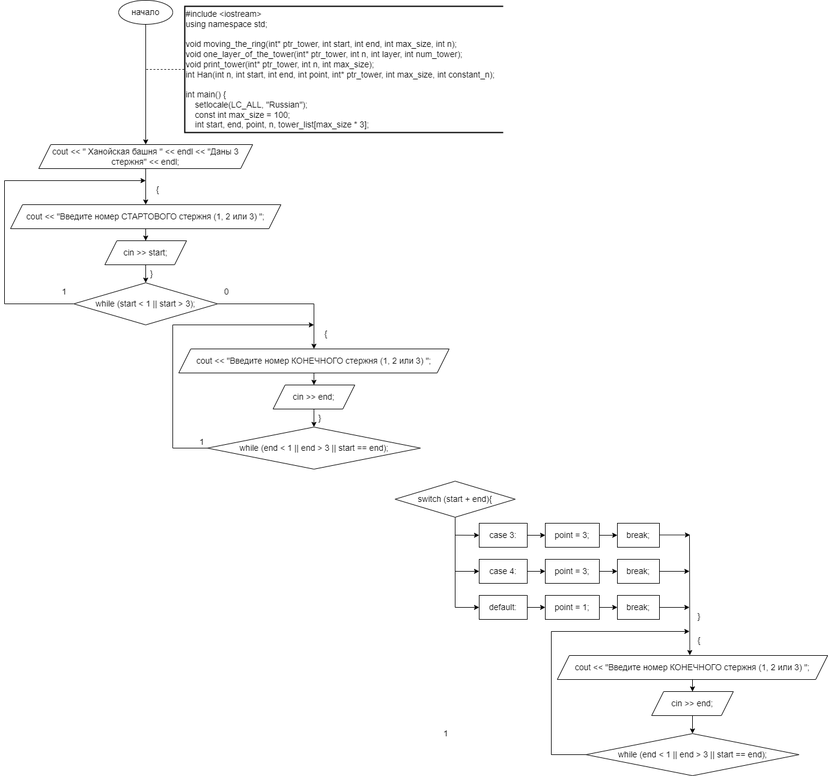
Earlier version of the draw.io export Ханойская башня - блок схема.drawio.png (SonyAkb/laboratory-work-recursion). Source tidied: cells renumbered, new cells last; positions are measured from the earlier drawing's top-left corner, leaving out a move shared by most shapes.
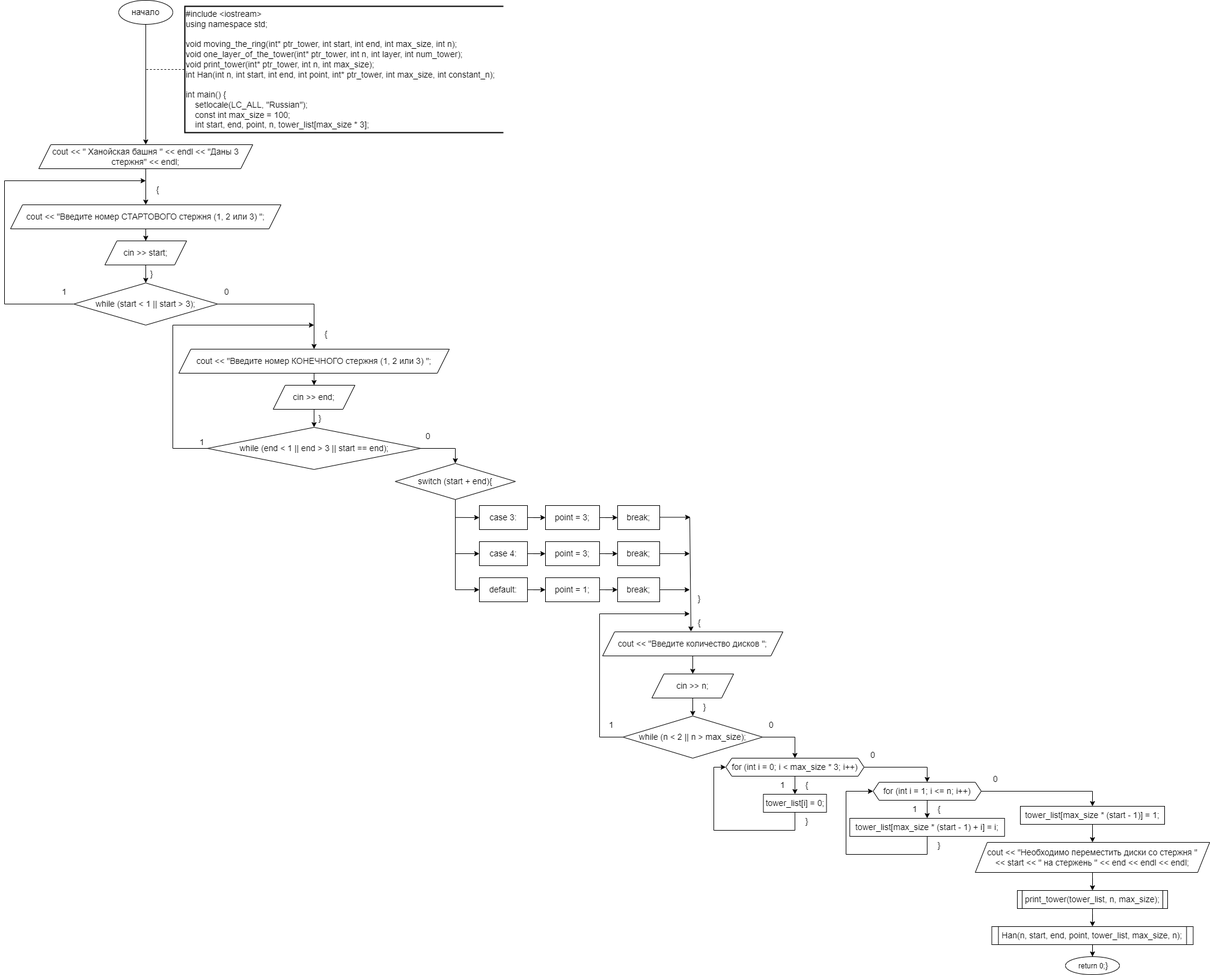
After the change.

Change to the diagram source:
```diff
@@ -102,116 +102,232 @@
       <mxGeometry relative="1" as="geometry" />
     </mxCell>
     <mxCell id="29" value="&lt;font style=&quot;font-size: 14px;&quot;&gt;switch (start + end){&lt;/font&gt;" style="rhombus;whiteSpace=wrap;html=1;" parent="1" vertex="1">
-      <mxGeometry x="650" y="800" width="200" height="60" as="geometry" />
+      <mxGeometry x="650" y="770" width="200" height="60" as="geometry" />
     </mxCell>
     <mxCell id="30" style="edgeStyle=orthogonalEdgeStyle;rounded=0;jettySize=auto;html=1;entryX=0;entryY=0.5;entryDx=0;entryDy=0;" parent="1" edge="1" source="31" target="32">
       <mxGeometry relative="1" as="geometry" />
     </mxCell>
     <mxCell id="31" value="&lt;font style=&quot;font-size: 14px;&quot;&gt;point = 3;&lt;/font&gt;" style="rounded=0;whiteSpace=wrap;html=1;" parent="1" vertex="1">
-      <mxGeometry x="900" y="870" width="90" height="40" as="geometry" />
+      <mxGeometry x="900" y="840" width="90" height="40" as="geometry" />
     </mxCell>
     <mxCell id="32" value="&lt;font style=&quot;font-size: 14px;&quot;&gt;break;&lt;/font&gt;" style="rounded=0;whiteSpace=wrap;html=1;" parent="1" vertex="1">
-      <mxGeometry x="1020" y="870" width="70" height="40" as="geometry" />
+      <mxGeometry x="1020" y="840" width="70" height="40" as="geometry" />
     </mxCell>
     <mxCell id="33" style="edgeStyle=orthogonalEdgeStyle;rounded=0;jettySize=auto;html=1;entryX=0;entryY=0.5;entryDx=0;entryDy=0;" parent="1" edge="1" source="34" target="31">
       <mxGeometry relative="1" as="geometry" />
     </mxCell>
     <mxCell id="34" value="&lt;font style=&quot;font-size: 14px;&quot;&gt;case 3:&lt;/font&gt;" style="rounded=0;whiteSpace=wrap;html=1;" parent="1" vertex="1">
-      <mxGeometry x="790" y="870" width="80" height="40" as="geometry" />
+      <mxGeometry x="790" y="840" width="80" height="40" as="geometry" />
     </mxCell>
     <mxCell id="35" style="edgeStyle=orthogonalEdgeStyle;rounded=0;jettySize=auto;html=1;entryX=0;entryY=0.5;entryDx=0;entryDy=0;" parent="1" edge="1" source="36" target="37">
       <mxGeometry relative="1" as="geometry" />
     </mxCell>
     <mxCell id="36" value="&lt;font style=&quot;font-size: 14px;&quot;&gt;point = 3;&lt;/font&gt;" style="rounded=0;whiteSpace=wrap;html=1;" parent="1" vertex="1">
-      <mxGeometry x="900" y="930" width="90" height="40" as="geometry" />
+      <mxGeometry x="900" y="900" width="90" height="40" as="geometry" />
     </mxCell>
     <mxCell id="37" value="&lt;font style=&quot;font-size: 14px;&quot;&gt;break;&lt;/font&gt;" style="rounded=0;whiteSpace=wrap;html=1;" parent="1" vertex="1">
-      <mxGeometry x="1020" y="930" width="70" height="40" as="geometry" />
+      <mxGeometry x="1020" y="900" width="70" height="40" as="geometry" />
     </mxCell>
     <mxCell id="38" style="edgeStyle=orthogonalEdgeStyle;rounded=0;jettySize=auto;html=1;entryX=0;entryY=0.5;entryDx=0;entryDy=0;" parent="1" edge="1" source="39" target="36">
       <mxGeometry relative="1" as="geometry" />
     </mxCell>
     <mxCell id="39" value="&lt;font style=&quot;font-size: 14px;&quot;&gt;case 4:&lt;/font&gt;" style="rounded=0;whiteSpace=wrap;html=1;" parent="1" vertex="1">
-      <mxGeometry x="790" y="930" width="80" height="40" as="geometry" />
+      <mxGeometry x="790" y="900" width="80" height="40" as="geometry" />
     </mxCell>
     <mxCell id="40" style="edgeStyle=orthogonalEdgeStyle;rounded=0;jettySize=auto;html=1;entryX=0;entryY=0.5;entryDx=0;entryDy=0;" parent="1" edge="1" source="41" target="42">
       <mxGeometry relative="1" as="geometry" />
     </mxCell>
     <mxCell id="41" value="&lt;font style=&quot;font-size: 14px;&quot;&gt;point = 1;&lt;/font&gt;" style="rounded=0;whiteSpace=wrap;html=1;" parent="1" vertex="1">
-      <mxGeometry x="900" y="990" width="90" height="40" as="geometry" />
+      <mxGeometry x="900" y="960" width="90" height="40" as="geometry" />
     </mxCell>
     <mxCell id="42" value="&lt;font style=&quot;font-size: 14px;&quot;&gt;break;&lt;/font&gt;" style="rounded=0;whiteSpace=wrap;html=1;" parent="1" vertex="1">
-      <mxGeometry x="1020" y="990" width="70" height="40" as="geometry" />
+      <mxGeometry x="1020" y="960" width="70" height="40" as="geometry" />
     </mxCell>
     <mxCell id="43" style="edgeStyle=orthogonalEdgeStyle;rounded=0;jettySize=auto;html=1;entryX=0;entryY=0.5;entryDx=0;entryDy=0;" parent="1" edge="1" source="44" target="41">
       <mxGeometry relative="1" as="geometry" />
     </mxCell>
     <mxCell id="44" value="&lt;font style=&quot;font-size: 14px;&quot;&gt;default:&lt;/font&gt;" style="rounded=0;whiteSpace=wrap;html=1;" parent="1" vertex="1">
-      <mxGeometry x="790" y="990" width="80" height="40" as="geometry" />
+      <mxGeometry x="790" y="960" width="80" height="40" as="geometry" />
     </mxCell>
     <mxCell id="45" style="endArrow=classic;html=1;rounded=0;entryX=0;entryY=0.5;entryDx=0;entryDy=0;" parent="1" edge="1" target="39">
       <mxGeometry relative="1" as="geometry">
-        <mxPoint x="750" y="950" as="sourcePoint" />
+        <mxPoint x="750" y="920" as="sourcePoint" />
       </mxGeometry>
     </mxCell>
     <mxCell id="46" style="endArrow=classic;html=1;rounded=0;entryX=0;entryY=0.5;entryDx=0;entryDy=0;" parent="1" edge="1" target="34">
       <mxGeometry relative="1" as="geometry">
-        <mxPoint x="750" y="889.8" as="sourcePoint" />
+        <mxPoint x="750" y="859.8" as="sourcePoint" />
       </mxGeometry>
     </mxCell>
     <mxCell id="47" style="edgeStyle=orthogonalEdgeStyle;rounded=0;jettySize=auto;html=1;entryX=0.5;entryY=0;entryDx=0;entryDy=0;" parent="1" edge="1" source="48" target="50">
       <mxGeometry relative="1" as="geometry" />
     </mxCell>
-    <mxCell id="48" value="&lt;font style=&quot;font-size: 14px;&quot;&gt;cout &amp;lt;&amp;lt; &quot;Введите номер КОНЕЧНОГО стержня (1, 2 или 3) &quot;;&lt;/font&gt;" style="shape=parallelogram;perimeter=parallelogramPerimeter;whiteSpace=wrap;html=1;fixedSize=1;" parent="1" vertex="1">
-      <mxGeometry x="920" y="1090" width="450" height="40" as="geometry" />
+    <mxCell id="48" value="&lt;font style=&quot;font-size: 14px;&quot;&gt;cout &amp;lt;&amp;lt; &quot;Введите количество дисков &quot;;&lt;/font&gt;" style="shape=parallelogram;perimeter=parallelogramPerimeter;whiteSpace=wrap;html=1;fixedSize=1;" parent="1" vertex="1">
+      <mxGeometry x="995" y="1050" width="300" height="40" as="geometry" />
     </mxCell>
     <mxCell id="49" style="edgeStyle=orthogonalEdgeStyle;rounded=0;jettySize=auto;html=1;entryX=0.5;entryY=0;entryDx=0;entryDy=0;" parent="1" edge="1" source="50" target="51">
       <mxGeometry relative="1" as="geometry" />
     </mxCell>
-    <mxCell id="50" value="&lt;font style=&quot;font-size: 14px;&quot;&gt;cin &amp;gt;&amp;gt; end;&lt;/font&gt;" style="shape=parallelogram;perimeter=parallelogramPerimeter;whiteSpace=wrap;html=1;fixedSize=1;" parent="1" vertex="1">
-      <mxGeometry x="1077" y="1150" width="136" height="40" as="geometry" />
+    <mxCell id="50" value="&lt;font style=&quot;font-size: 14px;&quot;&gt;cin &amp;gt;&amp;gt; n;&lt;/font&gt;" style="shape=parallelogram;perimeter=parallelogramPerimeter;whiteSpace=wrap;html=1;fixedSize=1;" parent="1" vertex="1">
+      <mxGeometry x="1077" y="1120" width="136" height="40" as="geometry" />
     </mxCell>
-    <mxCell id="51" value="&lt;font style=&quot;font-size: 14px;&quot;&gt;while (end &amp;lt; 1 || end &amp;gt; 3 || start == end);&lt;/font&gt;" style="rhombus;whiteSpace=wrap;html=1;" parent="1" vertex="1">
-      <mxGeometry x="967.6" y="1220" width="354.8" height="70" as="geometry" />
+    <mxCell id="51" value="&lt;font style=&quot;font-size: 14px;&quot;&gt;while (n &amp;lt; 2 || n &amp;gt; max_size);&lt;/font&gt;" style="rhombus;whiteSpace=wrap;html=1;" parent="1" vertex="1">
+      <mxGeometry x="1028.8" y="1190" width="232.4" height="70" as="geometry" />
     </mxCell>
     <mxCell id="52" style="endArrow=classic;html=1;rounded=0;exitX=0;exitY=0.5;exitDx=0;exitDy=0;" parent="1" edge="1" source="51">
       <mxGeometry relative="1" as="geometry">
-        <mxPoint x="1140" y="1050" as="targetPoint" />
+        <mxPoint x="1140" y="1020" as="targetPoint" />
         <Array as="points">
-          <mxPoint x="910" y="1255" />
-          <mxPoint x="910" y="1050" />
+          <mxPoint x="990" y="1225" />
+          <mxPoint x="990" y="1020" />
         </Array>
       </mxGeometry>
     </mxCell>
     <mxCell id="53" value="&lt;font style=&quot;font-size: 14px;&quot;&gt;{&lt;/font&gt;" style="text;html=1;strokeColor=none;fillColor=none;align=center;verticalAlign=middle;whiteSpace=wrap;rounded=0;" parent="1" vertex="1">
-      <mxGeometry x="1141" y="1050" width="30" height="30" as="geometry" />
+      <mxGeometry x="1141" y="1020" width="30" height="30" as="geometry" />
     </mxCell>
     <mxCell id="54" value="&lt;font style=&quot;font-size: 14px;&quot;&gt;}&lt;/font&gt;" style="text;html=1;strokeColor=none;fillColor=none;align=center;verticalAlign=middle;whiteSpace=wrap;rounded=0;" parent="1" vertex="1">
-      <mxGeometry x="1141" y="1010" width="30" height="30" as="geometry" />
+      <mxGeometry x="1141" y="980" width="30" height="30" as="geometry" />
     </mxCell>
     <mxCell id="55" value="&lt;font style=&quot;font-size: 14px;&quot;&gt;1&lt;/font&gt;" style="text;html=1;strokeColor=none;fillColor=none;align=center;verticalAlign=middle;whiteSpace=wrap;rounded=0;" parent="1" vertex="1">
-      <mxGeometry x="720" y="1205" width="30" height="30" as="geometry" />
+      <mxGeometry x="995" y="1190" width="30" height="30" as="geometry" />
     </mxCell>
     <mxCell id="56" style="endArrow=classic;html=1;rounded=0;entryX=0.49;entryY=-0.011;entryDx=0;entryDy=0;entryPerimeter=0;" parent="1" edge="1" target="48">
       <mxGeometry relative="1" as="geometry">
-        <mxPoint x="1140" y="890" as="sourcePoint" />
+        <mxPoint x="1140" y="860" as="sourcePoint" />
       </mxGeometry>
     </mxCell>
     <mxCell id="57" style="endArrow=classic;html=1;rounded=0;exitX=1;exitY=0.5;exitDx=0;exitDy=0;" parent="1" edge="1" source="37">
       <mxGeometry relative="1" as="geometry">
-        <mxPoint x="1140" y="950" as="targetPoint" />
+        <mxPoint x="1140" y="920" as="targetPoint" />
       </mxGeometry>
     </mxCell>
     <mxCell id="58" style="endArrow=classic;html=1;rounded=0;exitX=1;exitY=0.5;exitDx=0;exitDy=0;" parent="1" edge="1" source="42">
       <mxGeometry relative="1" as="geometry">
-        <mxPoint x="1140" y="1010" as="targetPoint" />
+        <mxPoint x="1140" y="980" as="targetPoint" />
       </mxGeometry>
     </mxCell>
     <mxCell id="59" style="endArrow=classic;html=1;rounded=0;exitX=1;exitY=0.5;exitDx=0;exitDy=0;" parent="1" edge="1">
       <mxGeometry relative="1" as="geometry">
-        <mxPoint x="1091" y="889.5" as="sourcePoint" />
-        <mxPoint x="1141" y="889.5" as="targetPoint" />
+        <mxPoint x="1091" y="859.5" as="sourcePoint" />
+        <mxPoint x="1141" y="859.5" as="targetPoint" />
       </mxGeometry>
     </mxCell>
+    <mxCell id="60" style="endArrow=classic;html=1;rounded=0;exitX=1;exitY=0.5;exitDx=0;exitDy=0;entryX=0.5;entryY=0;entryDx=0;entryDy=0;" parent="1" edge="1" source="20" target="29">
+      <mxGeometry relative="1" as="geometry">
+        <Array as="points">
+          <mxPoint x="750" y="745" />
+        </Array>
+      </mxGeometry>
+    </mxCell>
+    <mxCell id="61" value="&lt;font style=&quot;font-size: 14px;&quot;&gt;0&lt;/font&gt;" style="text;html=1;strokeColor=none;fillColor=none;align=center;verticalAlign=middle;whiteSpace=wrap;rounded=0;" parent="1" vertex="1">
+      <mxGeometry x="690" y="710" width="30" height="30" as="geometry" />
+    </mxCell>
+    <mxCell id="62" style="edgeStyle=orthogonalEdgeStyle;rounded=0;jettySize=auto;html=1;entryX=0.5;entryY=0;entryDx=0;entryDy=0;" parent="1" edge="1" source="64" target="65">
+      <mxGeometry relative="1" as="geometry" />
+    </mxCell>
+    <mxCell id="63" style="edgeStyle=orthogonalEdgeStyle;rounded=0;jettySize=auto;html=1;entryX=0.5;entryY=0;entryDx=0;entryDy=0;" parent="1" edge="1" source="64" target="75">
+      <mxGeometry relative="1" as="geometry" />
+    </mxCell>
+    <mxCell id="64" value="&lt;font style=&quot;font-size: 14px;&quot;&gt;for (int i = 0; i &amp;lt; max_size * 3; i++)&lt;/font&gt;" style="shape=hexagon;perimeter=hexagonPerimeter2;whiteSpace=wrap;html=1;fixedSize=1;size=10;" parent="1" vertex="1">
+      <mxGeometry x="1200" y="1260" width="230" height="30" as="geometry" />
+    </mxCell>
+    <mxCell id="65" value="&lt;font style=&quot;font-size: 14px;&quot;&gt;tower_list[i] = 0;&lt;/font&gt;" style="rounded=0;whiteSpace=wrap;html=1;" parent="1" vertex="1">
+      <mxGeometry x="1262.5" y="1320" width="105" height="30" as="geometry" />
+    </mxCell>
+    <mxCell id="66" value="&lt;font style=&quot;font-size: 14px;&quot;&gt;}&lt;/font&gt;" style="text;html=1;strokeColor=none;fillColor=none;align=center;verticalAlign=middle;whiteSpace=wrap;rounded=0;" parent="1" vertex="1">
+      <mxGeometry x="1150" y="1160" width="30" height="30" as="geometry" />
+    </mxCell>
+    <mxCell id="67" style="endArrow=classic;html=1;rounded=0;exitX=0.5;exitY=1;exitDx=0;exitDy=0;entryX=0;entryY=0.5;entryDx=0;entryDy=0;" parent="1" edge="1" source="65" target="64">
+      <mxGeometry relative="1" as="geometry">
+        <Array as="points">
+          <mxPoint x="1315" y="1380" />
+          <mxPoint x="1180" y="1380" />
+          <mxPoint x="1180" y="1275" />
+        </Array>
+      </mxGeometry>
+    </mxCell>
+    <mxCell id="68" value="&lt;font style=&quot;font-size: 14px;&quot;&gt;1&lt;/font&gt;" style="text;html=1;strokeColor=none;fillColor=none;align=center;verticalAlign=middle;whiteSpace=wrap;rounded=0;" parent="1" vertex="1">
+      <mxGeometry x="1280" y="1290" width="30" height="30" as="geometry" />
+    </mxCell>
+    <mxCell id="69" value="&lt;font style=&quot;font-size: 14px;&quot;&gt;{&lt;/font&gt;" style="text;html=1;strokeColor=none;fillColor=none;align=center;verticalAlign=middle;whiteSpace=wrap;rounded=0;" parent="1" vertex="1">
+      <mxGeometry x="1320" y="1290" width="30" height="30" as="geometry" />
+    </mxCell>
+    <mxCell id="70" value="&lt;font style=&quot;font-size: 14px;&quot;&gt;}&lt;/font&gt;" style="text;html=1;strokeColor=none;fillColor=none;align=center;verticalAlign=middle;whiteSpace=wrap;rounded=0;" parent="1" vertex="1">
+      <mxGeometry x="1320" y="1350" width="30" height="30" as="geometry" />
+    </mxCell>
+    <mxCell id="71" style="endArrow=classic;html=1;rounded=0;exitX=1;exitY=0.5;exitDx=0;exitDy=0;entryX=0.5;entryY=0;entryDx=0;entryDy=0;" parent="1" edge="1" source="51" target="64">
+      <mxGeometry relative="1" as="geometry">
+        <Array as="points">
+          <mxPoint x="1315" y="1225" />
+        </Array>
+      </mxGeometry>
+    </mxCell>
+    <mxCell id="72" value="&lt;font style=&quot;font-size: 14px;&quot;&gt;0&lt;/font&gt;" style="text;html=1;strokeColor=none;fillColor=none;align=center;verticalAlign=middle;whiteSpace=wrap;rounded=0;" parent="1" vertex="1">
+      <mxGeometry x="1261.2" y="1190" width="30" height="30" as="geometry" />
+    </mxCell>
+    <mxCell id="73" style="edgeStyle=orthogonalEdgeStyle;rounded=0;jettySize=auto;html=1;entryX=0.5;entryY=0;entryDx=0;entryDy=0;" parent="1" edge="1" source="75" target="76">
+      <mxGeometry relative="1" as="geometry" />
+    </mxCell>
+    <mxCell id="74" style="edgeStyle=orthogonalEdgeStyle;rounded=0;jettySize=auto;html=1;entryX=0.5;entryY=0;entryDx=0;entryDy=0;" parent="1" edge="1" source="75" target="83">
+      <mxGeometry relative="1" as="geometry" />
+    </mxCell>
+    <mxCell id="75" value="&lt;font style=&quot;font-size: 14px;&quot;&gt;for (int i = 1; i &amp;lt;= n; i++)&lt;/font&gt;" style="shape=hexagon;perimeter=hexagonPerimeter2;whiteSpace=wrap;html=1;fixedSize=1;size=10;" parent="1" vertex="1">
+      <mxGeometry x="1445" y="1300" width="180" height="30" as="geometry" />
+    </mxCell>
+    <mxCell id="76" value="&lt;font style=&quot;font-size: 14px;&quot;&gt;tower_list[max_size * (start - 1) + i] = i;&lt;/font&gt;" style="rounded=0;whiteSpace=wrap;html=1;" parent="1" vertex="1">
+      <mxGeometry x="1406.2" y="1360" width="257.5" height="30" as="geometry" />
+    </mxCell>
+    <mxCell id="77" style="endArrow=classic;html=1;rounded=0;exitX=0.5;exitY=1;exitDx=0;exitDy=0;entryX=0;entryY=0.5;entryDx=0;entryDy=0;" parent="1" edge="1" source="76" target="75">
+      <mxGeometry relative="1" as="geometry">
+        <Array as="points">
+          <mxPoint x="1535" y="1420" />
+          <mxPoint x="1400" y="1420" />
+          <mxPoint x="1400" y="1315" />
+        </Array>
+      </mxGeometry>
+    </mxCell>
+    <mxCell id="78" value="&lt;font style=&quot;font-size: 14px;&quot;&gt;1&lt;/font&gt;" style="text;html=1;strokeColor=none;fillColor=none;align=center;verticalAlign=middle;whiteSpace=wrap;rounded=0;" parent="1" vertex="1">
+      <mxGeometry x="1500" y="1330" width="30" height="30" as="geometry" />
+    </mxCell>
+    <mxCell id="79" value="&lt;font style=&quot;font-size: 14px;&quot;&gt;{&lt;/font&gt;" style="text;html=1;strokeColor=none;fillColor=none;align=center;verticalAlign=middle;whiteSpace=wrap;rounded=0;" parent="1" vertex="1">
+      <mxGeometry x="1540" y="1330" width="30" height="30" as="geometry" />
+    </mxCell>
+    <mxCell id="80" value="&lt;font style=&quot;font-size: 14px;&quot;&gt;}&lt;/font&gt;" style="text;html=1;strokeColor=none;fillColor=none;align=center;verticalAlign=middle;whiteSpace=wrap;rounded=0;" parent="1" vertex="1">
+      <mxGeometry x="1540" y="1390" width="30" height="30" as="geometry" />
+    </mxCell>
+    <mxCell id="81" value="&lt;font style=&quot;font-size: 14px;&quot;&gt;0&lt;/font&gt;" style="text;html=1;strokeColor=none;fillColor=none;align=center;verticalAlign=middle;whiteSpace=wrap;rounded=0;" parent="1" vertex="1">
+      <mxGeometry x="1430" y="1240" width="30" height="30" as="geometry" />
+    </mxCell>
+    <mxCell id="82" style="edgeStyle=orthogonalEdgeStyle;rounded=0;jettySize=auto;html=1;entryX=0.5;entryY=0;entryDx=0;entryDy=0;" parent="1" edge="1" source="83" target="86">
+      <mxGeometry relative="1" as="geometry" />
+    </mxCell>
+    <mxCell id="83" value="&lt;font style=&quot;font-size: 14px;&quot;&gt;tower_list[max_size * (start - 1)] = 1;&lt;/font&gt;" style="rounded=0;whiteSpace=wrap;html=1;" parent="1" vertex="1">
+      <mxGeometry x="1690" y="1340" width="240" height="30" as="geometry" />
+    </mxCell>
+    <mxCell id="84" value="&lt;font style=&quot;font-size: 14px;&quot;&gt;0&lt;/font&gt;" style="text;html=1;strokeColor=none;fillColor=none;align=center;verticalAlign=middle;whiteSpace=wrap;rounded=0;" parent="1" vertex="1">
+      <mxGeometry x="1633.7" y="1280" width="30" height="30" as="geometry" />
+    </mxCell>
+    <mxCell id="85" style="edgeStyle=orthogonalEdgeStyle;rounded=0;jettySize=auto;html=1;entryX=0.5;entryY=0;entryDx=0;entryDy=0;" parent="1" edge="1" source="86" target="88">
+      <mxGeometry relative="1" as="geometry" />
+    </mxCell>
+    <mxCell id="86" value="&lt;font style=&quot;font-size: 14px;&quot;&gt;cout &amp;lt;&amp;lt; &quot;Необходимо переместить диски со стержня &quot; &lt;br&gt;&amp;lt;&amp;lt; start &amp;lt;&amp;lt; &quot; на стержень &quot; &amp;lt;&amp;lt; end &amp;lt;&amp;lt; endl &amp;lt;&amp;lt; endl;&lt;/font&gt;" style="shape=parallelogram;perimeter=parallelogramPerimeter;whiteSpace=wrap;html=1;fixedSize=1;" parent="1" vertex="1">
+      <mxGeometry x="1615" y="1400" width="390" height="50" as="geometry" />
+    </mxCell>
+    <mxCell id="87" style="edgeStyle=orthogonalEdgeStyle;rounded=0;jettySize=auto;html=1;entryX=0.5;entryY=0;entryDx=0;entryDy=0;" parent="1" edge="1" source="88" target="90">
+      <mxGeometry relative="1" as="geometry" />
+    </mxCell>
+    <mxCell id="88" value="&lt;font style=&quot;font-size: 14px;&quot;&gt;print_tower(tower_list, n, max_size);&lt;/font&gt;" style="shape=process;whiteSpace=wrap;html=1;backgroundOutline=1;size=0.03225806451612903;" parent="1" vertex="1">
+      <mxGeometry x="1685" y="1480" width="250" height="30" as="geometry" />
+    </mxCell>
+    <mxCell id="89" style="edgeStyle=orthogonalEdgeStyle;rounded=0;jettySize=auto;html=1;entryX=0.5;entryY=0;entryDx=0;entryDy=0;" parent="1" edge="1" source="90" target="91">
+      <mxGeometry relative="1" as="geometry" />
+    </mxCell>
+    <mxCell id="90" value="&lt;font style=&quot;font-size: 14px;&quot;&gt;Han(n, start, end, point, tower_list, max_size, n);&lt;/font&gt;" style="shape=process;whiteSpace=wrap;html=1;backgroundOutline=1;size=0.03225806451612903;" parent="1" vertex="1">
+      <mxGeometry x="1642.5" y="1540" width="335" height="30" as="geometry" />
+    </mxCell>
+    <mxCell id="91" value="&lt;div&gt;&amp;nbsp;return 0;&lt;span style=&quot;font-size: 14px; background-color: initial;&quot;&gt;}&lt;/span&gt;&lt;/div&gt;" style="ellipse;whiteSpace=wrap;html=1;" parent="1" vertex="1">
+      <mxGeometry x="1765" y="1590" width="90" height="30" as="geometry" />
+    </mxCell>
   </root>
 </mxGraphModel>
```
